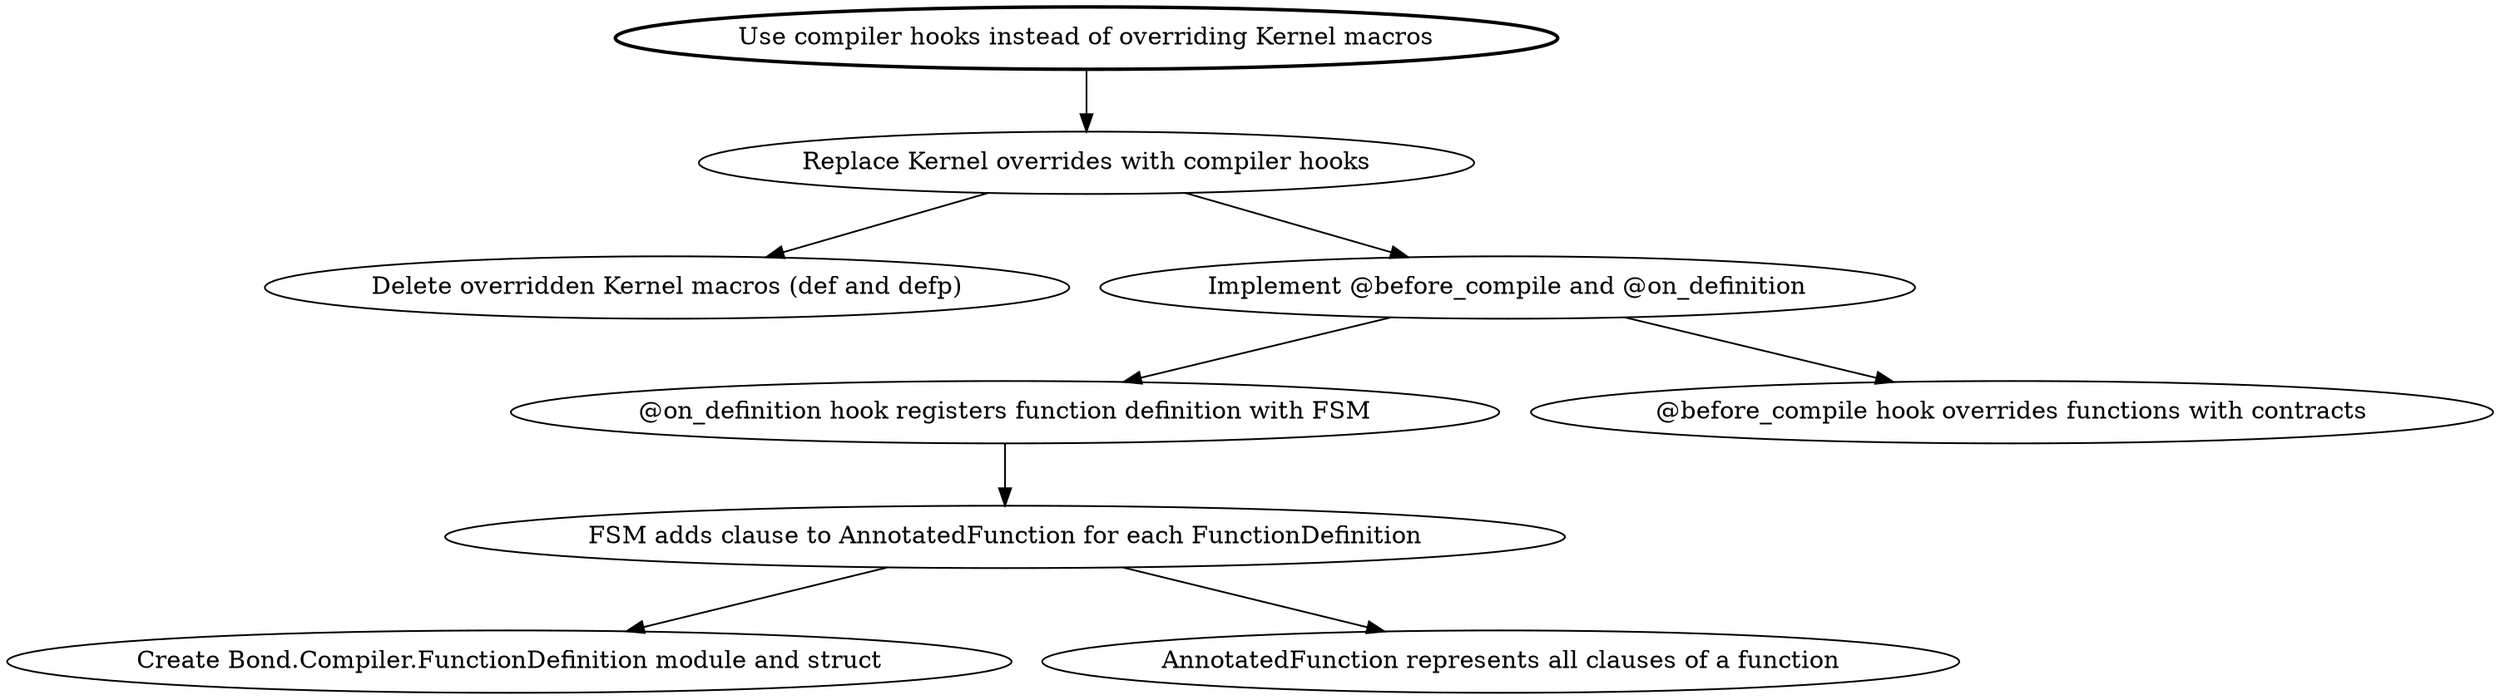
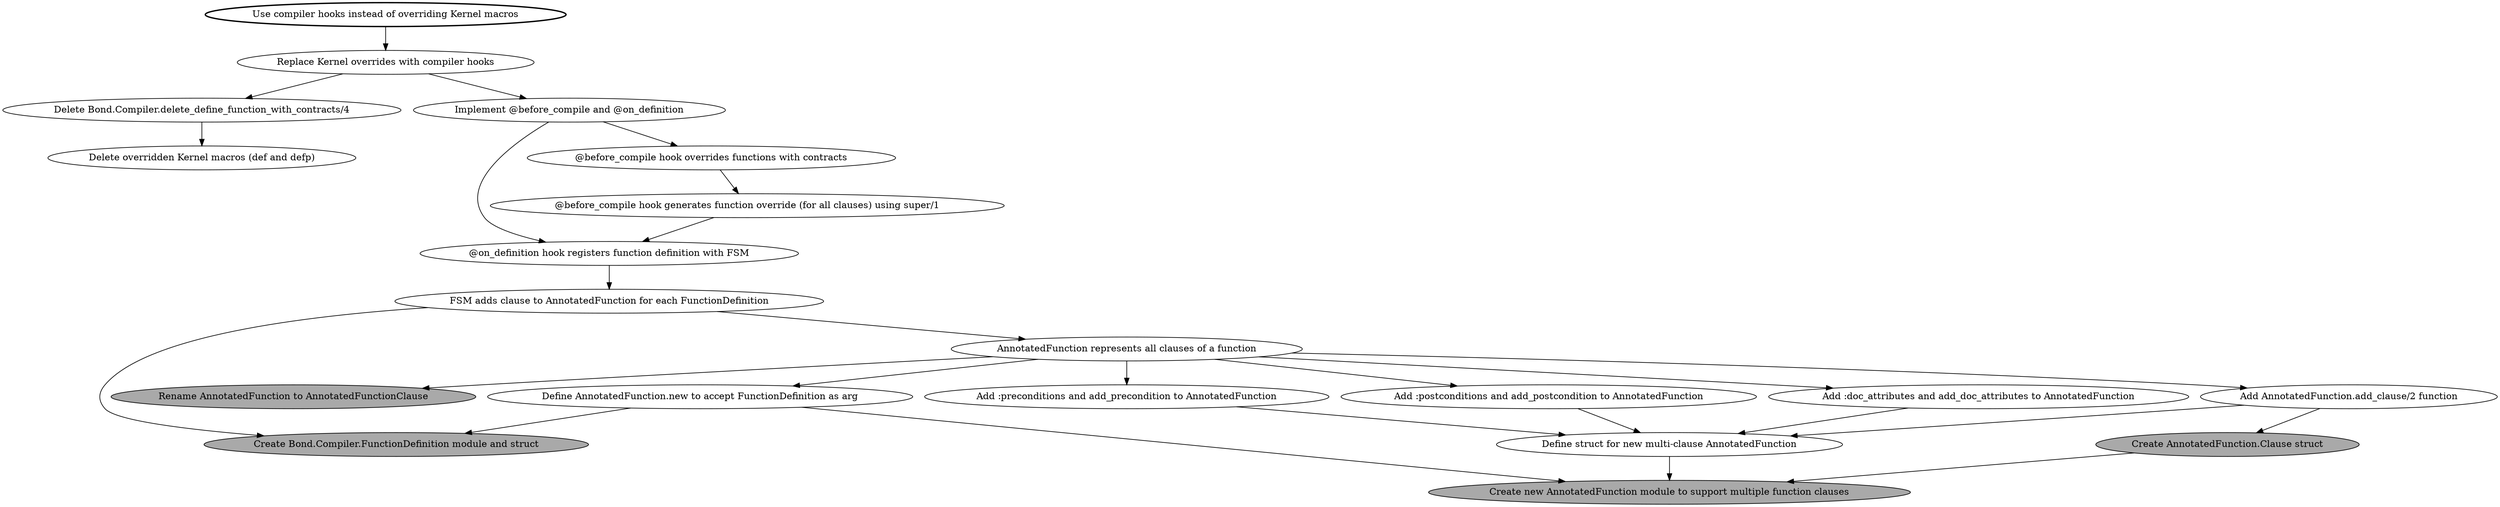
digraph {
  goal [label = "Use compiler hooks instead of overriding Kernel macros", style = bold]
+   replace_kernel_overrides_with_compiler_hooks [label = "Replace Kernel overrides with compiler hooks"]
+ 
  delete_kernel_overrides [label = "Delete overridden Kernel macros (def and defp)"]
+   delete_define_function_with_contracts [label="Delete Bond.Compiler.delete_define_function_with_contracts/4"]
  implement_compiler_hooks [label = "Implement @before_compile and @on_definition"]
  on_definition [label="@on_definition hook registers function definition with FSM"]
  before_compile [label="@before_compile hook overrides functions with contracts"]

-   function_definition [label="Create Bond.Compiler.FunctionDefinition module and struct"]
+   before_compile_generates_override [label="@before_compile hook generates function override (for all clauses) using super/1"]
+ 
+   function_definition [label="Create Bond.Compiler.FunctionDefinition module and struct", fillcolor=darkgrey, style=filled]
+ 
  annotated_function_multi_clause [label="AnnotatedFunction represents all clauses of a function"]
+   rename_annotated_function [label="Rename AnnotatedFunction to AnnotatedFunctionClause", fillcolor=darkgrey, style=filled]
+   create_new_annotated_function [label="Create new AnnotatedFunction module to support multiple function clauses", fillcolor=darkgrey, style=filled]
+   annotated_function_struct [label="Define struct for new multi-clause AnnotatedFunction"]
+   annotated_function_new [label="Define AnnotatedFunction.new to accept FunctionDefinition as arg"]
+   create_annotated_function_clause [label="Create AnnotatedFunction.Clause struct", fillcolor=darkgrey, style=filled]
+   add_clause_to_annotated_function [label="Add AnnotatedFunction.add_clause/2 function"]
+   add_preconditions_to_annotated_function [label="Add :preconditions and add_precondition to AnnotatedFunction"]
+   add_postconditions_to_annotated_function [label="Add :postconditions and add_postcondition to AnnotatedFunction"]
+   add_doc_attributes_to_annotated_function [label="Add :doc_attributes and add_doc_attributes to AnnotatedFunction"]

  fsm_multi_clause_functions [label="FSM adds clause to AnnotatedFunction for each FunctionDefinition"]

-   replace_kernel_overrides_with_compiler_hooks [label = "Replace Kernel overrides with compiler hooks"]
- 
  goal -> replace_kernel_overrides_with_compiler_hooks
-   replace_kernel_overrides_with_compiler_hooks -> delete_kernel_overrides
+   replace_kernel_overrides_with_compiler_hooks -> delete_define_function_with_contracts -> delete_kernel_overrides
  replace_kernel_overrides_with_compiler_hooks -> implement_compiler_hooks
  implement_compiler_hooks -> {on_definition before_compile}
  on_definition -> fsm_multi_clause_functions -> {function_definition annotated_function_multi_clause}
+   annotated_function_multi_clause -> {rename_annotated_function add_clause_to_annotated_function annotated_function_new add_preconditions_to_annotated_function add_postconditions_to_annotated_function add_doc_attributes_to_annotated_function}
+   {add_preconditions_to_annotated_function add_postconditions_to_annotated_function add_doc_attributes_to_annotated_function} -> annotated_function_struct
+   annotated_function_struct -> create_new_annotated_function
+   annotated_function_new -> {function_definition create_new_annotated_function}
+   add_clause_to_annotated_function -> {create_annotated_function_clause annotated_function_struct}
+   create_annotated_function_clause -> create_new_annotated_function
+   before_compile -> before_compile_generates_override -> on_definition
}
